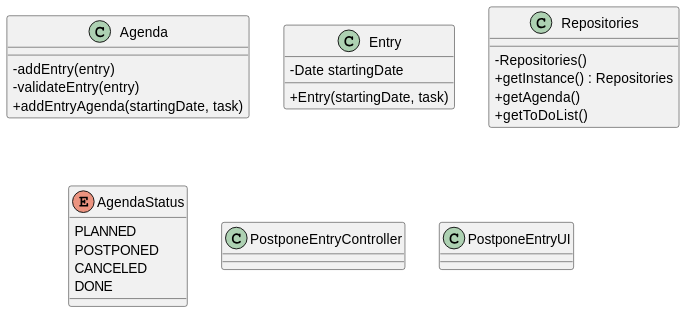
Before: docs/sprintA&B&C/us024/03.design/svg/us024-class-diagram.svg, a diagram exported from PlantUML (daniel41silva05/ISEP_2023_2024_LAPR2). Source of this version:
```plantuml
@startuml
skinparam packageStyle rectangle
skinparam shadowing false
skinparam linetype polyline

skinparam classAttributeIconSize 0

class Agenda {
    -addEntry(entry)
    -validateEntry(entry)
    +addEntryAgenda(startingDate, task)
}

class Entry {
    -Date startingDate
    +Entry(startingDate, task)
}


class Repositories {
    - Repositories()
    + getInstance() : Repositories
    + getAgenda()
    + getToDoList()
}

enum AgendaStatus {
    PLANNED
    POSTPONED
    CANCELED
    DONE
}

class PostponeEntryController{

}

class PostponeEntryUI{

}
@enduml
```
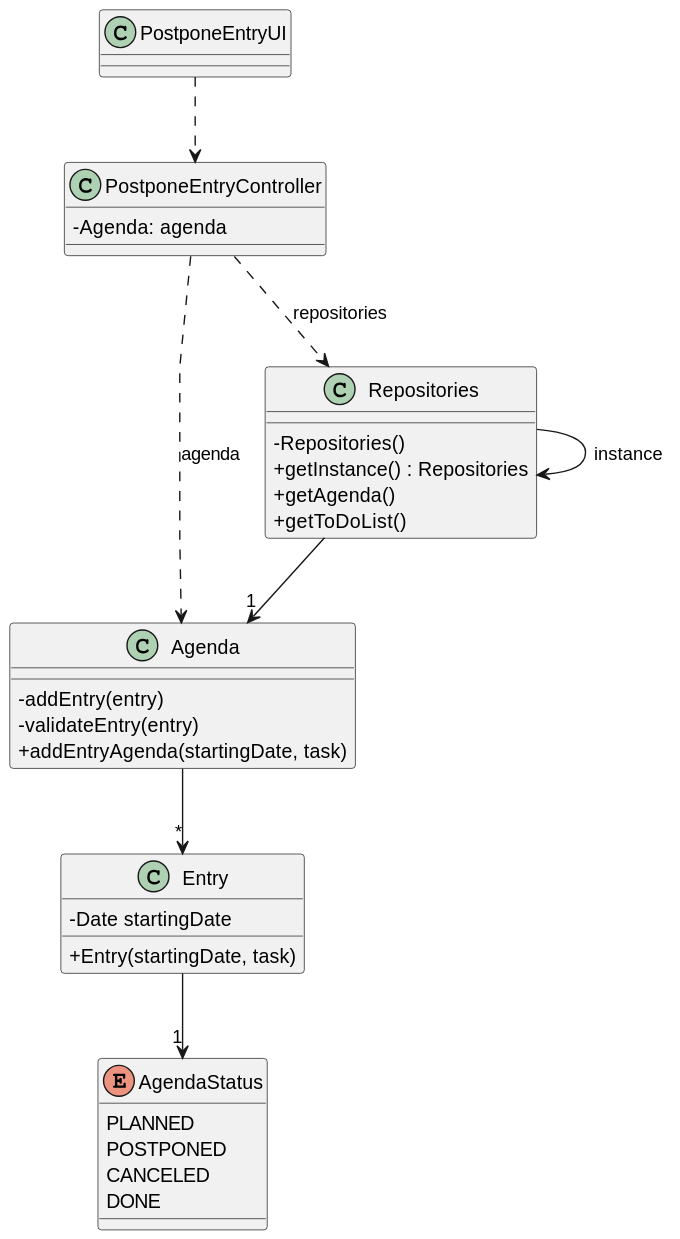
After the commit.

Commit message:
US24 Class Diagram

Diff of the diagram source:
```diff
@@ -32,10 +32,24 @@
 }
 
 class PostponeEntryController{
-
+-Agenda: agenda
 }
 
 class PostponeEntryUI{
 
 }
+
+PostponeEntryUI ..> PostponeEntryController
+
+PostponeEntryController ..> Repositories: repositories
+
+PostponeEntryController ..> Agenda: agenda
+
+Repositories --> Repositories: instance
+
+Repositories --> "1" Agenda
+
+Agenda --> "*" Entry
+
+Entry --> "1" AgendaStatus
 @enduml
```
